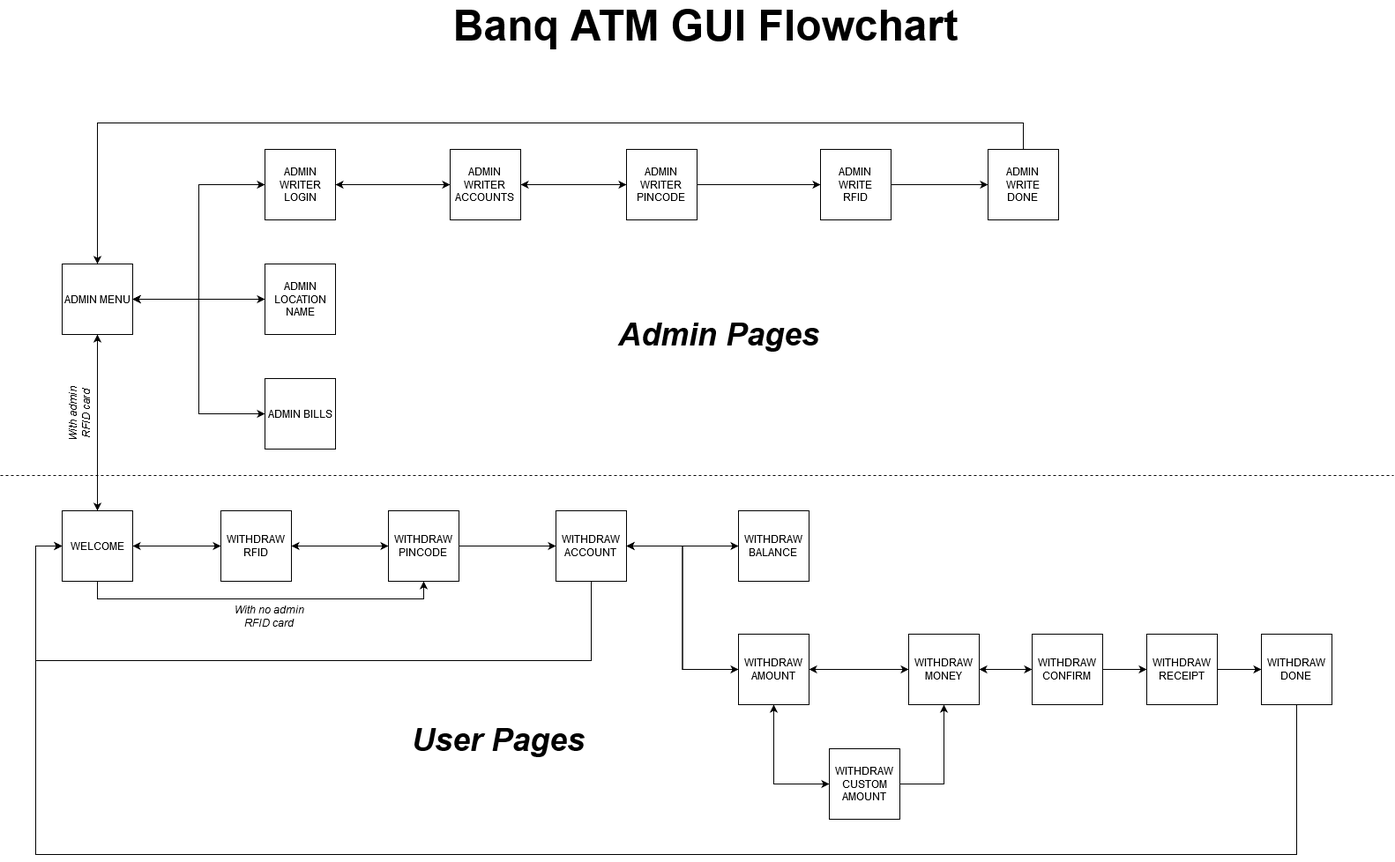
This is documents/atm/Flowchart ATM GUI.png from bplaat/banq, a draw.io export, as it was before one commit. Source tidied: cells renumbered, new cells last; positions are measured from the earlier drawing's top-left corner, leaving out a move shared by most shapes.
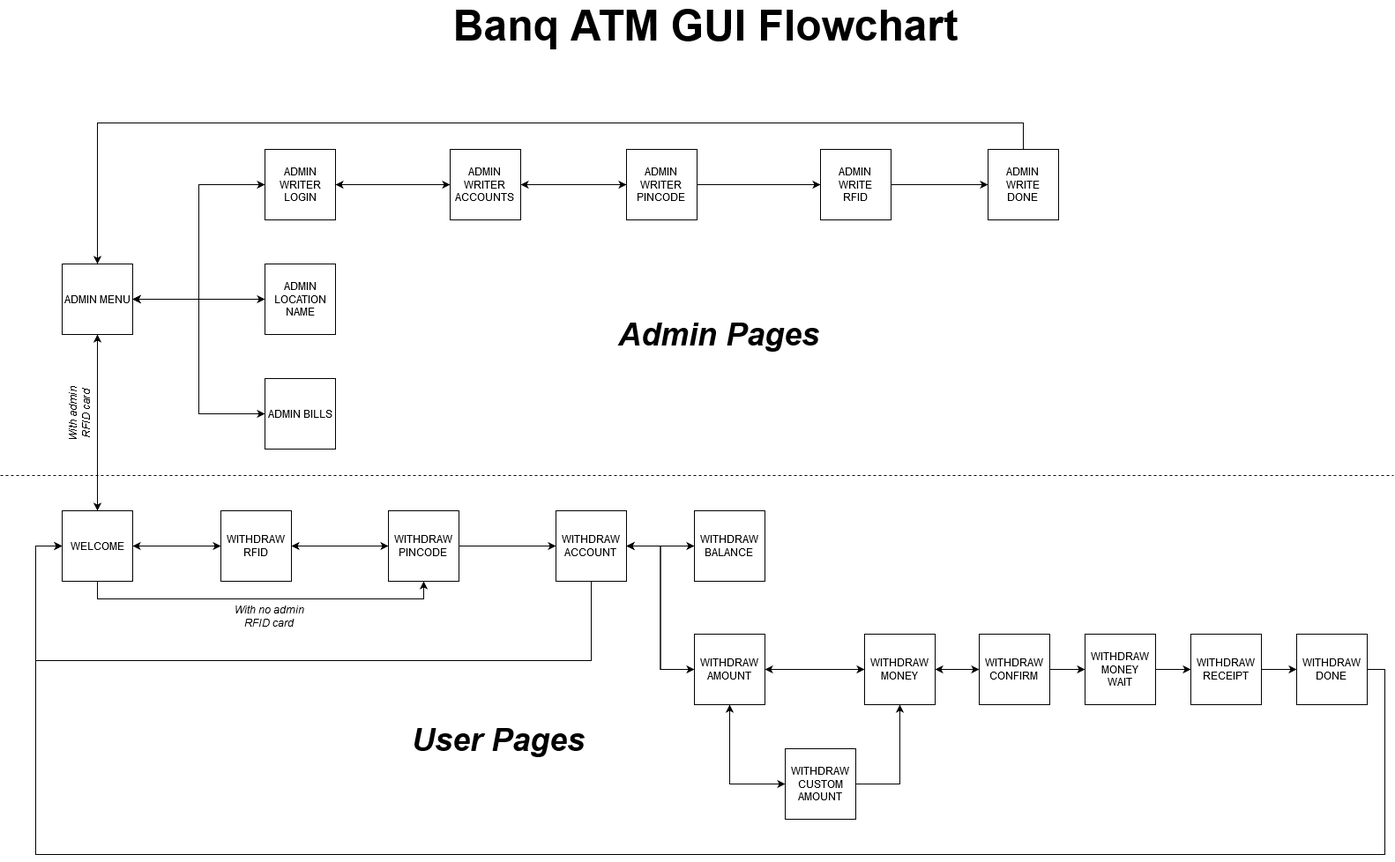
The same file after the commit.

Diff of the diagram source:
```diff
@@ -130,17 +130,17 @@
       <mxGeometry relative="1" as="geometry" />
     </mxCell>
     <mxCell id="39" value="WITHDRAW&lt;br&gt;BALANCE" style="whiteSpace=wrap;html=1;" parent="1" vertex="1">
-      <mxGeometry x="837" y="560" width="80" height="80" as="geometry" />
+      <mxGeometry x="787" y="560" width="80" height="80" as="geometry" />
     </mxCell>
     <mxCell id="40" style="edgeStyle=orthogonalEdgeStyle;rounded=0;jettySize=auto;html=1;" parent="1" edge="1" source="43">
       <mxGeometry relative="1" as="geometry">
-        <mxPoint x="1030" y="740" as="targetPoint" />
+        <mxPoint x="980" y="740" as="targetPoint" />
       </mxGeometry>
     </mxCell>
     <mxCell id="41" style="edgeStyle=orthogonalEdgeStyle;rounded=0;jettySize=auto;html=1;entryX=0;entryY=0.5;entryDx=0;entryDy=0;" parent="1" edge="1" source="43" target="49">
       <mxGeometry relative="1" as="geometry">
         <Array as="points">
-          <mxPoint x="877" y="870" />
+          <mxPoint x="827" y="870" />
         </Array>
       </mxGeometry>
     </mxCell>
@@ -148,18 +148,13 @@
       <mxGeometry relative="1" as="geometry" />
     </mxCell>
     <mxCell id="43" value="&lt;div&gt;WITHDRAW&lt;/div&gt;&lt;div&gt;AMOUNT&lt;/div&gt;" style="whiteSpace=wrap;html=1;" parent="1" vertex="1">
-      <mxGeometry x="837" y="700" width="80" height="80" as="geometry" />
+      <mxGeometry x="787" y="700" width="80" height="80" as="geometry" />
     </mxCell>
-    <mxCell id="44" style="edgeStyle=orthogonalEdgeStyle;rounded=0;jettySize=auto;html=1;entryX=0;entryY=0.5;entryDx=0;entryDy=0;" parent="1" edge="1" target="51">
-      <mxGeometry relative="1" as="geometry">
-        <mxPoint x="1230" y="740" as="sourcePoint" />
-      </mxGeometry>
-    </mxCell>
     <mxCell id="45" style="edgeStyle=orthogonalEdgeStyle;rounded=0;jettySize=auto;html=1;entryX=1;entryY=0.5;entryDx=0;entryDy=0;" parent="1" edge="1" source="46" target="43">
       <mxGeometry relative="1" as="geometry" />
     </mxCell>
     <mxCell id="46" value="WITHDRAW&lt;br&gt;MONEY" style="whiteSpace=wrap;html=1;" parent="1" vertex="1">
-      <mxGeometry x="1030" y="700" width="80" height="80" as="geometry" />
+      <mxGeometry x="980" y="700" width="80" height="80" as="geometry" />
     </mxCell>
     <mxCell id="47" style="edgeStyle=orthogonalEdgeStyle;rounded=0;jettySize=auto;html=1;entryX=0.5;entryY=1;entryDx=0;entryDy=0;" parent="1" edge="1" source="49" target="46">
       <mxGeometry relative="1" as="geometry" />
@@ -168,25 +163,26 @@
       <mxGeometry relative="1" as="geometry" />
     </mxCell>
     <mxCell id="49" value="&lt;div&gt;WITHDRAW&lt;/div&gt;&lt;div&gt;CUSTOM AMOUNT&lt;br&gt;&lt;/div&gt;" style="whiteSpace=wrap;html=1;" parent="1" vertex="1">
-      <mxGeometry x="940" y="830" width="80" height="80" as="geometry" />
+      <mxGeometry x="890" y="830" width="80" height="80" as="geometry" />
     </mxCell>
     <mxCell id="50" style="edgeStyle=orthogonalEdgeStyle;rounded=0;jettySize=auto;html=1;entryX=0;entryY=0.5;entryDx=0;entryDy=0;" parent="1" edge="1" source="51" target="53">
       <mxGeometry relative="1" as="geometry" />
     </mxCell>
     <mxCell id="51" value="WITHDRAW&lt;br&gt;RECEIPT" style="whiteSpace=wrap;html=1;" parent="1" vertex="1">
-      <mxGeometry x="1300" y="700" width="80" height="80" as="geometry" />
+      <mxGeometry x="1350" y="700" width="80" height="80" as="geometry" />
     </mxCell>
     <mxCell id="52" style="edgeStyle=orthogonalEdgeStyle;rounded=0;jettySize=auto;html=1;entryX=0;entryY=0.5;entryDx=0;entryDy=0;" parent="1" edge="1" source="53" target="5">
       <mxGeometry relative="1" as="geometry">
         <Array as="points">
-          <mxPoint x="1470" y="950" />
+          <mxPoint x="1570" y="740" />
+          <mxPoint x="1570" y="950" />
           <mxPoint x="40" y="950" />
           <mxPoint x="40" y="600" />
         </Array>
       </mxGeometry>
     </mxCell>
     <mxCell id="53" value="WITHDRAW&lt;br&gt;DONE" style="whiteSpace=wrap;html=1;" parent="1" vertex="1">
-      <mxGeometry x="1430" y="700" width="80" height="80" as="geometry" />
+      <mxGeometry x="1470" y="700" width="80" height="80" as="geometry" />
     </mxCell>
     <mxCell id="54" value="&lt;font style=&quot;font-size: 48px&quot;&gt;&lt;b&gt;Banq ATM GUI Flowchart&lt;/b&gt;&lt;/font&gt;" style="text;html=1;strokeColor=none;fillColor=none;align=center;verticalAlign=middle;whiteSpace=wrap;rounded=0;" parent="1" vertex="1">
       <mxGeometry x="510" width="580" height="20" as="geometry" />
@@ -208,11 +204,14 @@
     </mxCell>
     <mxCell id="59" style="edgeStyle=orthogonalEdgeStyle;rounded=0;jettySize=auto;html=1;" parent="1" edge="1" source="60">
       <mxGeometry relative="1" as="geometry">
-        <mxPoint x="1110" y="740" as="targetPoint" />
+        <mxPoint x="1060" y="740" as="targetPoint" />
       </mxGeometry>
     </mxCell>
+    <mxCell id="63" style="edgeStyle=orthogonalEdgeStyle;rounded=0;jettySize=auto;html=1;entryX=0;entryY=0.5;entryDx=0;entryDy=0;" parent="1" edge="1" source="60" target="65">
+      <mxGeometry relative="1" as="geometry" />
+    </mxCell>
     <mxCell id="60" value="&lt;div&gt;WITHDRAW&lt;/div&gt;&lt;div&gt;CONFIRM&lt;br&gt;&lt;/div&gt;" style="whiteSpace=wrap;html=1;" parent="1" vertex="1">
-      <mxGeometry x="1170" y="700" width="80" height="80" as="geometry" />
+      <mxGeometry x="1110" y="700" width="80" height="80" as="geometry" />
     </mxCell>
     <mxCell id="61" value="&lt;i&gt;With admin RFID card&lt;/i&gt;" style="text;html=1;strokeColor=none;fillColor=none;align=center;verticalAlign=middle;whiteSpace=wrap;rounded=0;rotation=270;" parent="1" vertex="1">
       <mxGeometry x="50" y="440" width="80" height="20" as="geometry" />
@@ -220,5 +219,11 @@
     <mxCell id="62" value="&lt;i&gt;With no admin RFID card&lt;br&gt;&lt;/i&gt;" style="text;html=1;strokeColor=none;fillColor=none;align=center;verticalAlign=middle;whiteSpace=wrap;rounded=0;" parent="1" vertex="1">
       <mxGeometry x="260" y="670" width="90" height="20" as="geometry" />
     </mxCell>
+    <mxCell id="64" style="edgeStyle=orthogonalEdgeStyle;rounded=0;jettySize=auto;html=1;entryX=0;entryY=0.5;entryDx=0;entryDy=0;" parent="1" edge="1" source="65" target="51">
+      <mxGeometry relative="1" as="geometry" />
+    </mxCell>
+    <mxCell id="65" value="&lt;div&gt;WITHDRAW&lt;/div&gt;&lt;div&gt;MONEY&lt;/div&gt;WAIT" style="whiteSpace=wrap;html=1;" parent="1" vertex="1">
+      <mxGeometry x="1230" y="700" width="80" height="80" as="geometry" />
+    </mxCell>
   </root>
 </mxGraphModel>
```
